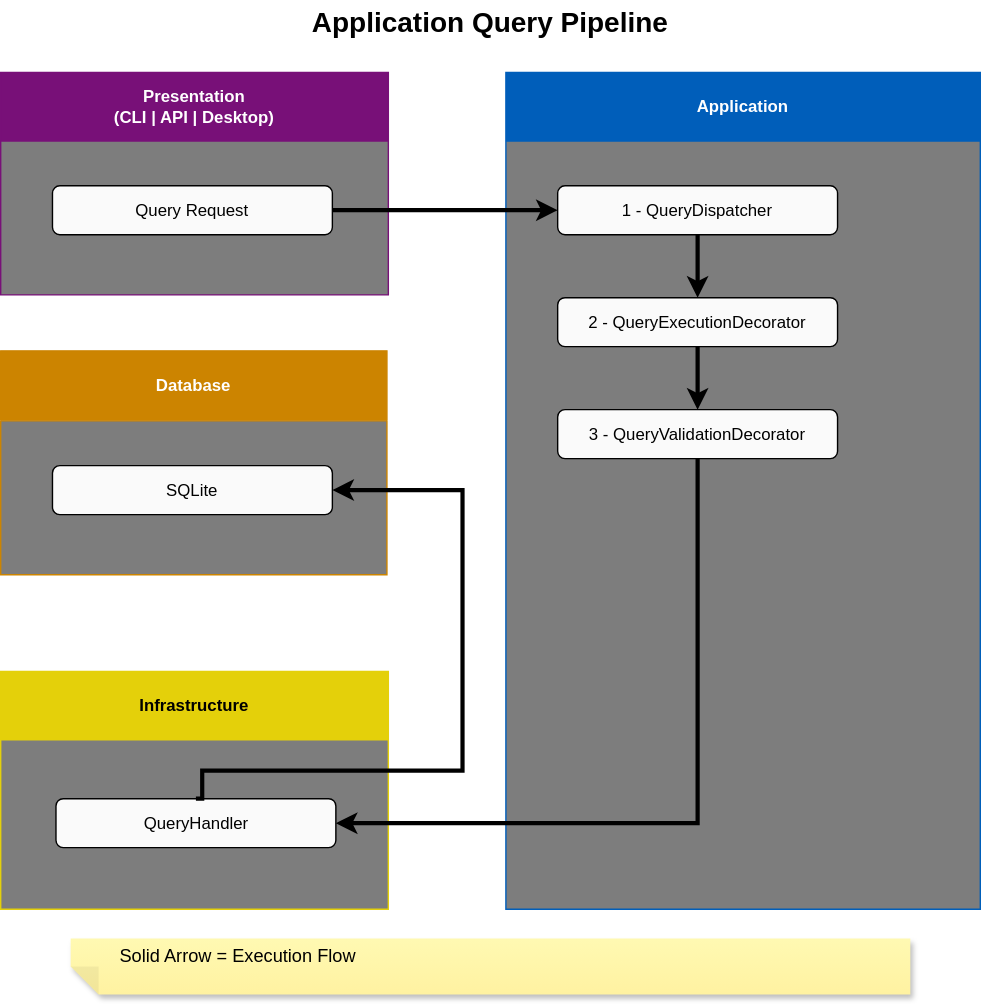
Earlier version of the draw.io export docs/application/application-query-pipeline.svg (sergio-lopes-developer/whoami). Source tidied: cells renumbered, new cells last; positions are measured from the earlier drawing's top-left corner, leaving out a move shared by most shapes. Its diagram source:
```xml
<mxGraphModel>
  <root>
    <mxCell id="0" />
    <mxCell id="1" parent="0" />
    <mxCell id="2" value="Presentation&#10;(CLI | API | Desktop)" style="swimlane;whiteSpace=wrap;html=1;startSize=49;fillColor=light-dark(#781078,#781078);strokeColor=light-dark(#781078,#781078);fontColor=light-dark(#FFFFFF,#FFFFFF);swimlaneFillColor=light-dark(#7D7D7D,#7D7D7D);gradientColor=none;fillStyle=solid;" parent="1" vertex="1">
      <mxGeometry y="51" width="277" height="159" as="geometry" />
    </mxCell>
    <mxCell id="3" value="Query Request" style="rounded=1;whiteSpace=wrap;html=1;fillColor=light-dark(#FAFAFA,#FAFAFA);fillStyle=solid;fontColor=light-dark(#000000,#000000);" parent="2" vertex="1">
      <mxGeometry x="37" y="81" width="200" height="35" as="geometry" />
    </mxCell>
    <mxCell id="4" value="&lt;div&gt;Application&lt;/div&gt;" style="swimlane;whiteSpace=wrap;html=1;startSize=49;fillColor=light-dark(#005EBA,#005EBA);strokeColor=light-dark(#005EBA,#005EBA);fontColor=light-dark(#FFFFFF,#FFFFFF);swimlaneFillColor=light-dark(#7D7D7D,#7D7D7D);gradientColor=none;fillStyle=solid;" parent="1" vertex="1">
      <mxGeometry x="361" y="51" width="339" height="598" as="geometry" />
    </mxCell>
    <mxCell id="5" style="edgeStyle=orthogonalEdgeStyle;rounded=0;jettySize=auto;html=1;entryX=0.5;entryY=0;entryDx=0;entryDy=0;strokeWidth=3;fontColor=light-dark(#000000,#FFFFFF);" parent="4" edge="1" source="6" target="8">
      <mxGeometry relative="1" as="geometry" />
    </mxCell>
    <mxCell id="6" value="1 - QueryDispatcher" style="rounded=1;whiteSpace=wrap;html=1;fillColor=light-dark(#FAFAFA,#FAFAFA);fontColor=light-dark(#000000,#000000);fillStyle=solid;" parent="4" vertex="1">
      <mxGeometry x="37" y="81" width="200" height="35" as="geometry" />
    </mxCell>
    <mxCell id="7" style="edgeStyle=orthogonalEdgeStyle;rounded=0;jettySize=auto;html=1;exitX=0.5;exitY=1;exitDx=0;exitDy=0;entryX=0.5;entryY=0;entryDx=0;entryDy=0;strokeWidth=3;fontColor=light-dark(#000000,#FFFFFF);" parent="4" edge="1" source="8" target="9">
      <mxGeometry relative="1" as="geometry" />
    </mxCell>
    <mxCell id="8" value="2 - QueryExecutionDecorator" style="rounded=1;whiteSpace=wrap;html=1;fillColor=light-dark(#FAFAFA,#FAFAFA);fontColor=light-dark(#000000,#000000);fillStyle=solid;" parent="4" vertex="1">
      <mxGeometry x="37" y="161" width="200" height="35" as="geometry" />
    </mxCell>
    <mxCell id="9" value="3 - QueryValidationDecorator" style="rounded=1;whiteSpace=wrap;html=1;fillColor=light-dark(#FAFAFA,#FAFAFA);fontColor=light-dark(#000000,#000000);fillStyle=solid;" parent="4" vertex="1">
      <mxGeometry x="37" y="241" width="200" height="35" as="geometry" />
    </mxCell>
    <mxCell id="10" value="&lt;div&gt;Infrastructure&lt;/div&gt;" style="swimlane;whiteSpace=wrap;html=1;startSize=49;fillColor=light-dark(#E4D00A,#E4D00A);strokeColor=light-dark(#E4D00A,#E4D00A);fontColor=light-dark(#000000,#000000);swimlaneFillColor=light-dark(#7D7D7D,#7D7D7D);fillStyle=solid;" parent="1" vertex="1">
      <mxGeometry y="479" width="277" height="170" as="geometry" />
    </mxCell>
    <mxCell id="11" value="QueryHandler" style="rounded=1;whiteSpace=wrap;html=1;fillColor=light-dark(#FAFAFA,#FAFAFA);fontColor=light-dark(#000000,#000000);fillStyle=solid;" parent="10" vertex="1">
      <mxGeometry x="39.5" y="91" width="200" height="35" as="geometry" />
    </mxCell>
    <mxCell id="12" style="edgeStyle=orthogonalEdgeStyle;rounded=0;jettySize=auto;html=1;exitX=1;exitY=0.5;exitDx=0;exitDy=0;entryX=0;entryY=0.5;entryDx=0;entryDy=0;strokeWidth=3;fontColor=light-dark(#000000,#FFFFFF);" parent="1" edge="1" source="3" target="6">
      <mxGeometry relative="1" as="geometry" />
    </mxCell>
    <mxCell id="13" value="&lt;font style=&quot;color: light-dark(rgb(0, 0, 0), rgb(255, 255, 255));&quot;&gt;Application Query Pipeline&lt;/font&gt;" style="text;html=1;whiteSpace=wrap;strokeColor=none;fillColor=none;align=center;verticalAlign=middle;rounded=0;gradientColor=none;fontSize=20;fontStyle=1;fontColor=light-dark(#000000,#FFFFFF);" parent="1" vertex="1">
      <mxGeometry width="700" height="30" as="geometry" />
    </mxCell>
    <mxCell id="14" value="Database" style="swimlane;whiteSpace=wrap;html=1;fillColor=light-dark(#CC8400,#CC8400);strokeColor=light-dark(#CC8400,#CC8400);startSize=50;fontColor=#ffffff;swimlaneFillColor=light-dark(#7D7D7D,#7D7D7D);gradientColor=none;fillStyle=solid;" parent="1" vertex="1">
      <mxGeometry y="250" width="276" height="160" as="geometry" />
    </mxCell>
    <mxCell id="15" value="SQLite" style="rounded=1;whiteSpace=wrap;html=1;fillColor=light-dark(#FAFAFA,#FAFAFA);fontColor=light-dark(#000000,#000000);fillStyle=solid;" parent="14" vertex="1">
      <mxGeometry x="37" y="82" width="200" height="35" as="geometry" />
    </mxCell>
    <mxCell id="16" style="edgeStyle=orthogonalEdgeStyle;rounded=0;jettySize=auto;html=1;exitX=0.5;exitY=0;exitDx=0;exitDy=0;entryX=1;entryY=0.5;entryDx=0;entryDy=0;strokeWidth=3;fontColor=light-dark(#000000,#FFFFFF);" parent="1" edge="1" source="11" target="15">
      <mxGeometry relative="1" as="geometry">
        <Array as="points">
          <mxPoint x="144" y="550" />
          <mxPoint x="330" y="550" />
          <mxPoint x="330" y="350" />
        </Array>
      </mxGeometry>
    </mxCell>
    <mxCell id="17" value="&lt;div style=&quot;&quot;&gt;&lt;span style=&quot;color: rgb(255, 255, 255); font-size: 12px; background-color: transparent;&quot;&gt;&amp;nbsp; &amp;nbsp; &amp;nbsp; &amp;nbsp; &amp;nbsp;&lt;/span&gt;&lt;span style=&quot;color: rgb(255, 255, 255); font-size: 12px; background-color: transparent;&quot;&gt;&amp;nbsp;&lt;/span&gt;&lt;span style=&quot;background-color: transparent; color: light-dark(rgb(0, 0, 0), rgb(237, 237, 237));&quot;&gt;Solid Arrow = Execution Flow&lt;/span&gt;&lt;/div&gt;&lt;div style=&quot;&quot;&gt;&lt;br&gt;&lt;/div&gt;" style="shape=note;whiteSpace=wrap;html=1;backgroundOutline=1;autosizeText=1;fontColor=#000000;darkOpacity=0.05;fillColor=#FFF9B2;strokeColor=none;fillStyle=solid;fontSize=13;direction=west;gradientDirection=north;gradientColor=#FFF2A1;shadow=1;size=20;align=left;" parent="1" vertex="1">
      <mxGeometry x="50" y="670" width="600" height="40" as="geometry" />
    </mxCell>
    <mxCell id="18" style="edgeStyle=orthogonalEdgeStyle;rounded=0;jettySize=auto;html=1;exitX=0.5;exitY=1;exitDx=0;exitDy=0;entryX=1;entryY=0.5;entryDx=0;entryDy=0;strokeWidth=3;fontColor=light-dark(#000000,#FFFFFF);" parent="1" edge="1" source="9" target="11">
      <mxGeometry relative="1" as="geometry" />
    </mxCell>
  </root>
</mxGraphModel>
```
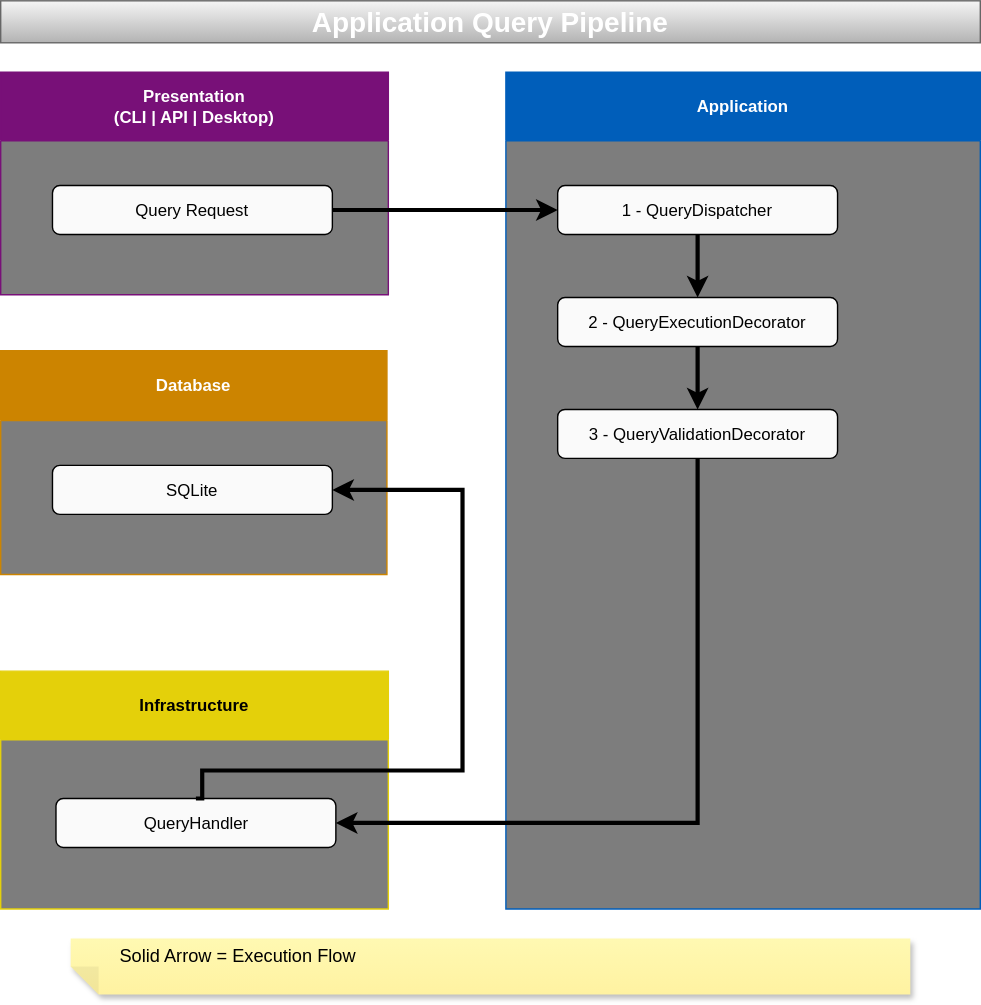
The same diagram one commit later.

Commit message:
docs: add diagram title backgrounds

Diff of the diagram source:
```diff
@@ -35,7 +35,7 @@
     <mxCell id="12" style="edgeStyle=orthogonalEdgeStyle;rounded=0;jettySize=auto;html=1;exitX=1;exitY=0.5;exitDx=0;exitDy=0;entryX=0;entryY=0.5;entryDx=0;entryDy=0;strokeWidth=3;fontColor=light-dark(#000000,#FFFFFF);" parent="1" edge="1" source="3" target="6">
       <mxGeometry relative="1" as="geometry" />
     </mxCell>
-    <mxCell id="13" value="&lt;font style=&quot;color: light-dark(rgb(0, 0, 0), rgb(255, 255, 255));&quot;&gt;Application Query Pipeline&lt;/font&gt;" style="text;html=1;whiteSpace=wrap;strokeColor=none;fillColor=none;align=center;verticalAlign=middle;rounded=0;gradientColor=none;fontSize=20;fontStyle=1;fontColor=light-dark(#000000,#FFFFFF);" parent="1" vertex="1">
+    <mxCell id="13" value="&lt;font style=&quot;color: light-dark(rgb(255, 255, 255), rgb(255, 255, 255));&quot;&gt;Application Query Pipeline&lt;/font&gt;" style="text;html=1;whiteSpace=wrap;strokeColor=#666666;fillColor=#f5f5f5;align=center;verticalAlign=middle;rounded=0;gradientColor=#b3b3b3;fontSize=20;fontStyle=1;fontColor=light-dark(#FFFFFF,#FFFFFF);" parent="1" vertex="1">
       <mxGeometry width="700" height="30" as="geometry" />
     </mxCell>
     <mxCell id="14" value="Database" style="swimlane;whiteSpace=wrap;html=1;fillColor=light-dark(#CC8400,#CC8400);strokeColor=light-dark(#CC8400,#CC8400);startSize=50;fontColor=#ffffff;swimlaneFillColor=light-dark(#7D7D7D,#7D7D7D);gradientColor=none;fillStyle=solid;" parent="1" vertex="1">
```
